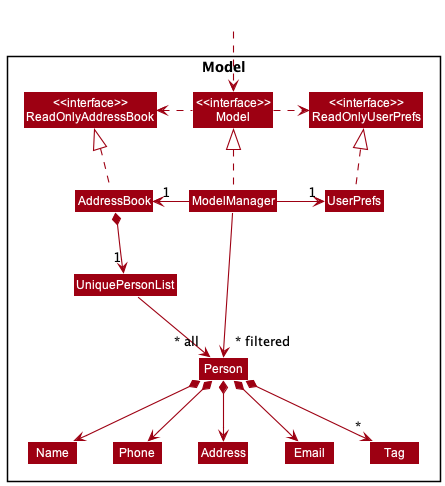
nus-cs2103-AY2223S1/tp keeps this PlantUML diagram as docs/images/ModelClassDiagram.png. Above is the earlier version.
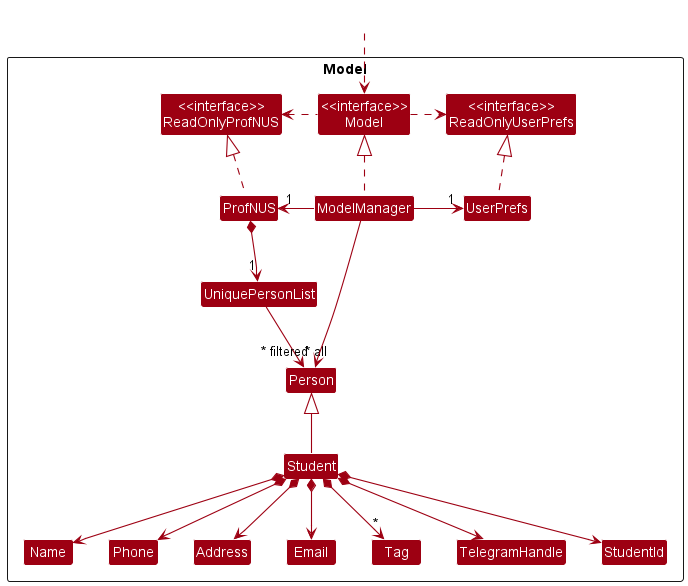
The same diagram one commit later.

Commit message:
Update Model Diagrams

Diff of the diagram source:
```diff
@@ -5,42 +5,48 @@
 skinparam classBackgroundColor MODEL_COLOR
 
 Package Model <<Rectangle>>{
-Class "<<interface>>\nReadOnlyAddressBook" as ReadOnlyAddressBook
+Class "<<interface>>\nReadOnlyProfNUS" as ReadOnlyProfNUS
 Class "<<interface>>\nReadOnlyUserPrefs" as ReadOnlyUserPrefs
 Class "<<interface>>\nModel" as Model
-Class AddressBook
+Class ProfNUS
 Class ModelManager
 Class UserPrefs
 
 Class UniquePersonList
 Class Person
+Class Student
 Class Address
 Class Email
 Class Name
 Class Phone
 Class Tag
+Class TelegramHandle
+Class StudentId
 
 }
 
 Class HiddenOutside #FFFFFF
 HiddenOutside ..> Model
 
-AddressBook .up.|> ReadOnlyAddressBook
+ProfNUS .up.|> ReadOnlyProfNUS
 
 ModelManager .up.|> Model
 Model .right.> ReadOnlyUserPrefs
-Model .left.> ReadOnlyAddressBook
-ModelManager -left-> "1" AddressBook
+Model .left.> ReadOnlyProfNUS
+ModelManager -left-> "1" ProfNUS
 ModelManager -right-> "1" UserPrefs
 UserPrefs .up.|> ReadOnlyUserPrefs
 
-AddressBook *--> "1" UniquePersonList
+ProfNUS *--> "1" UniquePersonList
 UniquePersonList --> "~* all" Person
-Person *--> Name
-Person *--> Phone
-Person *--> Email
-Person *--> Address
-Person *--> "*" Tag
+Student -up-|> Person
+Student *--> Name
+Student *--> Phone
+Student *--> Email
+Student *--> Address
+Student *--> "*" Tag
+Student *--> TelegramHandle
+Student *--> StudentId
 
 Name -[hidden]right-> Phone
 Phone -[hidden]right-> Address
```
